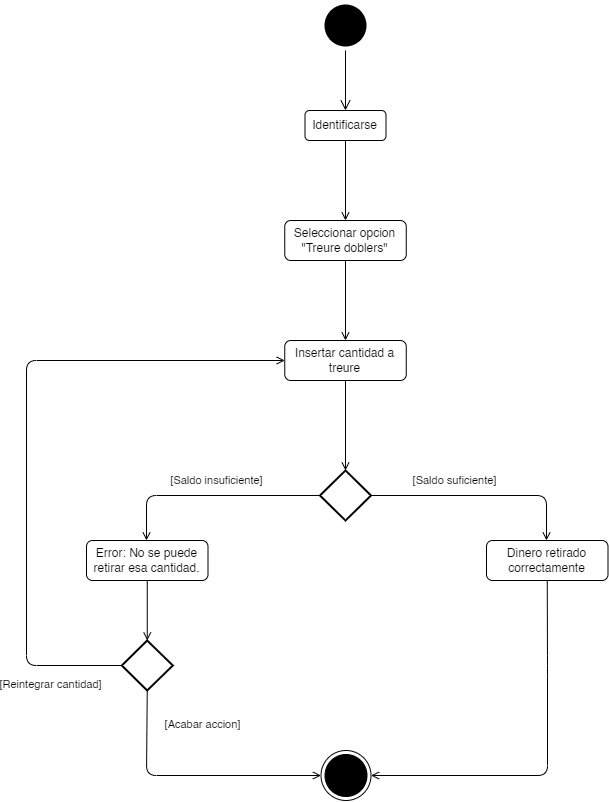
Before: Entornos de Desarrollo/Diagramas/actividad13ED.drawio.png, a diagram exported from draw.io (sxdny/grado_superior). Source tidied: cells renumbered, new cells last; positions are measured from the earlier drawing's top-left corner, leaving out a move shared by most shapes. Its diagram source:
```xml
<mxGraphModel>
  <root>
    <mxCell id="0" />
    <mxCell id="1" parent="0" />
    <mxCell id="2" style="ellipse;html=1;shape=startState;fillColor=#000000;strokeColor=none;rotation=0;" parent="1" vertex="1">
      <mxGeometry x="294" width="50" height="50" as="geometry" />
    </mxCell>
    <mxCell id="3" style="edgeStyle=orthogonalEdgeStyle;html=1;verticalAlign=bottom;endArrow=open;endSize=8;strokeColor=#000000;" parent="1" edge="1" source="2">
      <mxGeometry relative="1" as="geometry">
        <mxPoint x="319" y="110" as="targetPoint" />
      </mxGeometry>
    </mxCell>
    <mxCell id="4" style="edgeStyle=none;html=1;strokeColor=#000000;endArrow=open;endFill=0;" parent="1" edge="1" source="5">
      <mxGeometry relative="1" as="geometry">
        <mxPoint x="319" y="220" as="targetPoint" />
      </mxGeometry>
    </mxCell>
    <mxCell id="5" value="Identificarse" style="rounded=1;whiteSpace=wrap;html=1;strokeColor=#000000;" parent="1" vertex="1">
      <mxGeometry x="278.5" y="110" width="81" height="30" as="geometry" />
    </mxCell>
    <mxCell id="6" style="edgeStyle=none;html=1;strokeColor=#000000;endArrow=open;endFill=0;" parent="1" edge="1" source="7">
      <mxGeometry relative="1" as="geometry">
        <mxPoint x="319" y="340" as="targetPoint" />
      </mxGeometry>
    </mxCell>
    <mxCell id="7" value="Seleccionar opcion &quot;Treure doblers&quot;" style="rounded=1;whiteSpace=wrap;html=1;strokeColor=#000000;" parent="1" vertex="1">
      <mxGeometry x="258.2" y="220" width="121.5" height="40" as="geometry" />
    </mxCell>
    <mxCell id="8" style="edgeStyle=none;html=1;strokeColor=#000000;endArrow=open;endFill=0;" parent="1" edge="1" source="9">
      <mxGeometry relative="1" as="geometry">
        <mxPoint x="319" y="470" as="targetPoint" />
      </mxGeometry>
    </mxCell>
    <mxCell id="9" value="Insertar cantidad a treure" style="rounded=1;whiteSpace=wrap;html=1;strokeColor=#000000;" parent="1" vertex="1">
      <mxGeometry x="258.2" y="340" width="121.5" height="40" as="geometry" />
    </mxCell>
    <mxCell id="10" style="edgeStyle=none;html=1;strokeColor=#000000;endArrow=open;endFill=0;" parent="1" edge="1" source="13">
      <mxGeometry relative="1" as="geometry">
        <mxPoint x="520" y="540" as="targetPoint" />
        <Array as="points">
          <mxPoint x="520" y="495" />
        </Array>
      </mxGeometry>
    </mxCell>
    <mxCell id="11" style="edgeStyle=none;html=1;exitX=0;exitY=0.5;exitDx=0;exitDy=0;exitPerimeter=0;strokeColor=#000000;endArrow=open;endFill=0;" parent="1" edge="1" source="13">
      <mxGeometry relative="1" as="geometry">
        <mxPoint x="120" y="540" as="targetPoint" />
        <Array as="points">
          <mxPoint x="120" y="495" />
        </Array>
      </mxGeometry>
    </mxCell>
    <mxCell id="12" value="[Saldo insuficiente]" style="edgeLabel;html=1;align=center;verticalAlign=middle;" parent="11" vertex="1">
      <mxGeometry x="-0.08" y="-2" relative="1" as="geometry">
        <mxPoint x="-3" y="-13" as="offset" />
      </mxGeometry>
    </mxCell>
    <mxCell id="13" style="strokeWidth=2;html=1;shape=mxgraph.flowchart.decision;whiteSpace=wrap;strokeColor=#000000;" parent="1" vertex="1">
      <mxGeometry x="293.5" y="470" width="51" height="50" as="geometry" />
    </mxCell>
    <mxCell id="14" value="[Saldo suficiente]" style="edgeLabel;html=1;align=center;verticalAlign=middle;" parent="1" vertex="1">
      <mxGeometry x="430" y="480" as="geometry">
        <mxPoint x="-2" as="offset" />
      </mxGeometry>
    </mxCell>
    <mxCell id="15" style="edgeStyle=none;html=1;entryX=0.5;entryY=0;entryDx=0;entryDy=0;entryPerimeter=0;strokeColor=#000000;endArrow=open;endFill=0;" parent="1" edge="1" source="16" target="22">
      <mxGeometry relative="1" as="geometry" />
    </mxCell>
    <mxCell id="16" value="Error: No se puede retirar esa cantidad." style="rounded=1;whiteSpace=wrap;html=1;strokeColor=#000000;" parent="1" vertex="1">
      <mxGeometry x="60" y="540" width="121.5" height="40" as="geometry" />
    </mxCell>
    <mxCell id="17" style="edgeStyle=none;html=1;exitX=0.5;exitY=1;exitDx=0;exitDy=0;entryX=1;entryY=0.5;entryDx=0;entryDy=0;strokeColor=#000000;endArrow=open;endFill=0;" parent="1" edge="1" source="18" target="19">
      <mxGeometry relative="1" as="geometry">
        <Array as="points">
          <mxPoint x="521" y="665" />
          <mxPoint x="521" y="775" />
        </Array>
      </mxGeometry>
    </mxCell>
    <mxCell id="18" value="Dinero retirado correctamente" style="rounded=1;whiteSpace=wrap;html=1;strokeColor=#000000;" parent="1" vertex="1">
      <mxGeometry x="460" y="540" width="121.5" height="40" as="geometry" />
    </mxCell>
    <mxCell id="19" style="ellipse;html=1;shape=endState;fillColor=#000000;strokeColor=#000000;" parent="1" vertex="1">
      <mxGeometry x="294.5" y="750" width="50" height="50" as="geometry" />
    </mxCell>
    <mxCell id="20" style="edgeStyle=none;html=1;exitX=0;exitY=0.5;exitDx=0;exitDy=0;exitPerimeter=0;entryX=0;entryY=0.5;entryDx=0;entryDy=0;strokeColor=#000000;endArrow=open;endFill=0;" parent="1" edge="1" source="22" target="9">
      <mxGeometry relative="1" as="geometry">
        <Array as="points">
          <mxPoint y="665" />
          <mxPoint y="360" />
        </Array>
      </mxGeometry>
    </mxCell>
    <mxCell id="21" style="edgeStyle=none;html=1;exitX=0.5;exitY=1;exitDx=0;exitDy=0;exitPerimeter=0;entryX=0;entryY=0.5;entryDx=0;entryDy=0;strokeColor=#000000;endArrow=open;endFill=0;" parent="1" edge="1" source="22" target="19">
      <mxGeometry relative="1" as="geometry">
        <Array as="points">
          <mxPoint x="120" y="775" />
        </Array>
      </mxGeometry>
    </mxCell>
    <mxCell id="22" style="strokeWidth=2;html=1;shape=mxgraph.flowchart.decision;whiteSpace=wrap;strokeColor=#000000;" parent="1" vertex="1">
      <mxGeometry x="95.2" y="640" width="51" height="50" as="geometry" />
    </mxCell>
    <mxCell id="23" value="[Reintegrar cantidad]" style="edgeLabel;html=1;align=center;verticalAlign=middle;" parent="1" vertex="1">
      <mxGeometry x="30" y="690" as="geometry">
        <mxPoint x="-6" y="-6" as="offset" />
      </mxGeometry>
    </mxCell>
    <mxCell id="24" value="[Acabar accion]" style="edgeLabel;html=1;align=center;verticalAlign=middle;" parent="1" vertex="1">
      <mxGeometry x="181.5" y="730" as="geometry">
        <mxPoint x="-6" y="-6" as="offset" />
      </mxGeometry>
    </mxCell>
  </root>
</mxGraphModel>
```
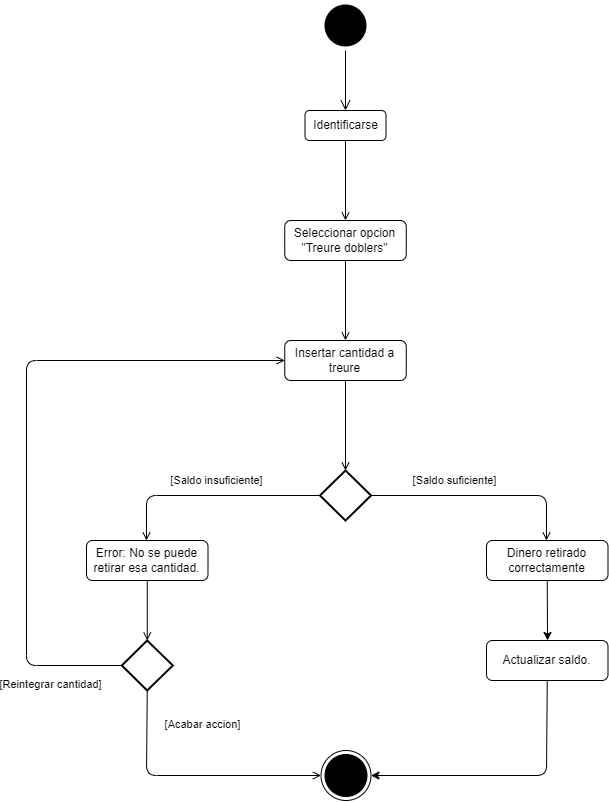
The same diagram one commit later.

Change to the diagram source:
```diff
@@ -69,14 +69,11 @@
     <mxCell id="16" value="Error: No se puede retirar esa cantidad." style="rounded=1;whiteSpace=wrap;html=1;strokeColor=#000000;" parent="1" vertex="1">
       <mxGeometry x="60" y="540" width="121.5" height="40" as="geometry" />
     </mxCell>
-    <mxCell id="17" style="edgeStyle=none;html=1;exitX=0.5;exitY=1;exitDx=0;exitDy=0;entryX=1;entryY=0.5;entryDx=0;entryDy=0;strokeColor=#000000;endArrow=open;endFill=0;" parent="1" edge="1" source="18" target="19">
-      <mxGeometry relative="1" as="geometry">
-        <Array as="points">
-          <mxPoint x="521" y="665" />
-          <mxPoint x="521" y="775" />
-        </Array>
-      </mxGeometry>
-    </mxCell>
+    <mxCell id="25" style="edgeStyle=none;html=1;exitX=0.5;exitY=1;exitDx=0;exitDy=0;strokeColor=#000000;" parent="1" edge="1" source="18">
+      <mxGeometry relative="1" as="geometry">
+        <mxPoint x="521" y="640" as="targetPoint" />
+      </mxGeometry>
+    </mxCell>
     <mxCell id="18" value="Dinero retirado correctamente" style="rounded=1;whiteSpace=wrap;html=1;strokeColor=#000000;" parent="1" vertex="1">
       <mxGeometry x="460" y="540" width="121.5" height="40" as="geometry" />
     </mxCell>
@@ -111,5 +108,15 @@
         <mxPoint x="-6" y="-6" as="offset" />
       </mxGeometry>
     </mxCell>
+    <mxCell id="26" style="edgeStyle=none;html=1;entryX=1;entryY=0.5;entryDx=0;entryDy=0;strokeColor=#000000;exitX=0.5;exitY=1;exitDx=0;exitDy=0;" parent="1" edge="1" source="27" target="19">
+      <mxGeometry relative="1" as="geometry">
+        <Array as="points">
+          <mxPoint x="520" y="775" />
+        </Array>
+      </mxGeometry>
+    </mxCell>
+    <mxCell id="27" value="Actualizar saldo." style="rounded=1;whiteSpace=wrap;html=1;strokeColor=#000000;" parent="1" vertex="1">
+      <mxGeometry x="460" y="640" width="121.5" height="40" as="geometry" />
+    </mxCell>
   </root>
 </mxGraphModel>
```
